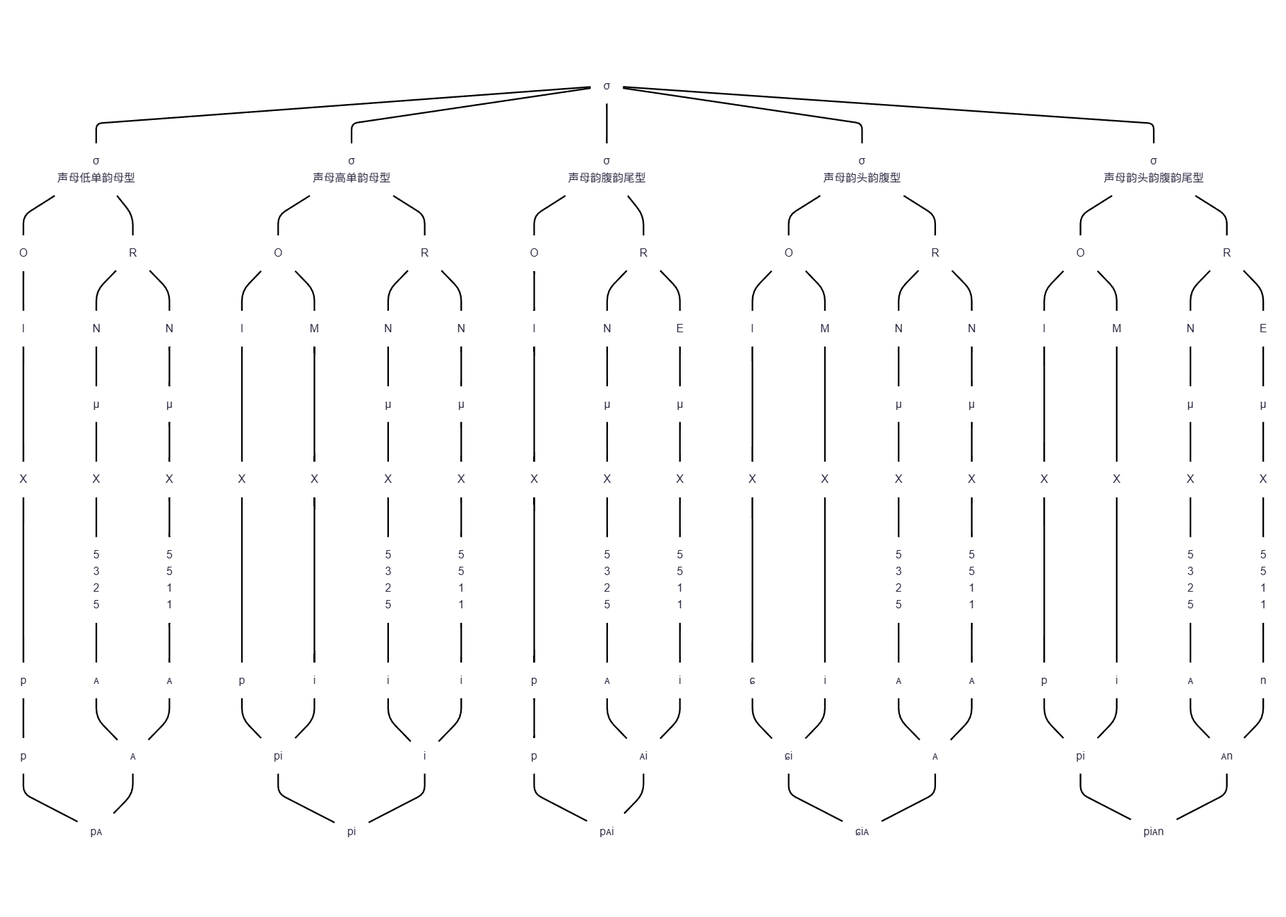
tsaanghwang/Yime-prototype keeps this Mermaid diagram as YIME_Theory/flowchart/与韵素相联结的调素_1.png. Above is the earlier version. Its source is kept beside it as YIME_Theory/flowchart/与韵素相联结的调素_1.mmd.
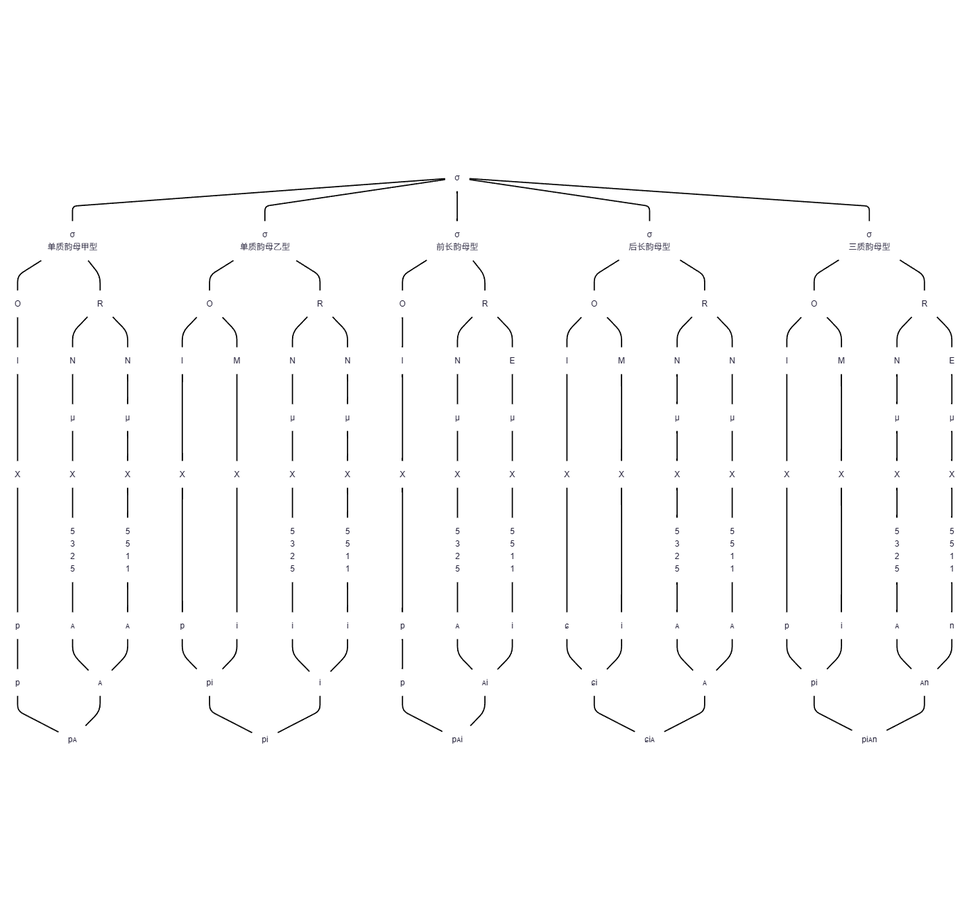
The same diagram one commit later.

Diff of the diagram source:
```diff
@@ -1,9 +1,9 @@
 graph TB
-A[σ]  --- B1[σ<br>声母低单韵母型]
-A --- B2[σ<br>声母高单韵母型]
-A --- B3[σ<br>声母韵腹韵尾型]
-A --- B4[σ<br>声母韵头韵腹型]
-A --- B5[σ<br>声母韵头韵腹韵尾型]
+A[σ]  --- B1[σ<br>单质韵母甲型]
+A --- B2[σ<br>单质韵母乙型]
+A --- B3[σ<br>前长韵母型]
+A --- B4[σ<br>后长韵母型]
+A --- B5[σ<br>三质韵母型]
 
 B2 --- C1[O]
 B2 --- C2[R]
```
